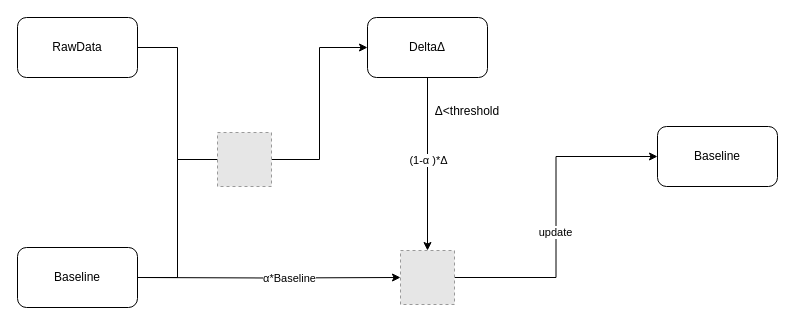
Earlier version of the draw.io diagram baselineTracking.drawio (kritoZhang/flowchart). Source tidied: cells renumbered, new cells numbered last; positions are measured from the earlier drawing's top-left corner, leaving out a move shared by most shapes. Both pictures are drawn from the tidied source at 100%, with x=0, y=0 at pixel (17, 17). Pictures stored in the file or linked from it are replaced by grey dashed boxes.
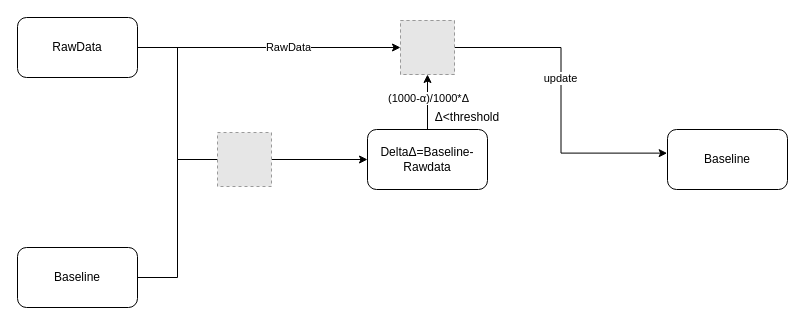
The same page after the edit.

The edit, as a diff of the source:
```diff
@@
 <mxGraphModel>
   <root>
     <mxCell id="0" />
     <mxCell id="1" parent="0" />
     <mxCell id="2" style="edgeStyle=orthogonalEdgeStyle;rounded=0;jettySize=auto;html=1;exitX=1;exitY=0.5;exitDx=0;exitDy=0;entryX=0;entryY=0.5;entryDx=0;entryDy=0;endArrow=none;endFill=0;" parent="1" edge="1" source="5" target="12">
       <mxGeometry relative="1" as="geometry" />
     </mxCell>
-    <mxCell id="3" style="edgeStyle=orthogonalEdgeStyle;rounded=0;jettySize=auto;html=1;exitX=1;exitY=0.5;exitDx=0;exitDy=0;entryX=0;entryY=0.5;entryDx=0;entryDy=0;endArrow=classic;endFill=1;strokeColor=#000000;" parent="1" edge="1" target="16">
-      <mxGeometry relative="1" as="geometry">
-        <mxPoint x="120" y="260" as="sourcePoint" />
-      </mxGeometry>
-    </mxCell>
-    <mxCell id="4" value="α*Baseline" style="edgeLabel;html=1;align=center;verticalAlign=middle;" parent="3" vertex="1">
-      <mxGeometry x="0.15" relative="1" as="geometry" />
-    </mxCell>
     <mxCell id="5" value="Baseline" style="rounded=1;whiteSpace=wrap;html=1;" parent="1" vertex="1">
       <mxGeometry y="230" width="120" height="60" as="geometry" />
     </mxCell>
     <mxCell id="6" style="edgeStyle=orthogonalEdgeStyle;rounded=0;jettySize=auto;html=1;exitX=1;exitY=0.5;exitDx=0;exitDy=0;entryX=0;entryY=0.5;entryDx=0;entryDy=0;endArrow=none;endFill=0;" parent="1" edge="1" source="7" target="12">
       <mxGeometry relative="1" as="geometry" />
     </mxCell>
+    <mxCell id="18" style="edgeStyle=orthogonalEdgeStyle;rounded=0;jettySize=auto;html=1;exitX=1;exitY=0.5;exitDx=0;exitDy=0;endArrow=classic;endFill=1;entryX=0;entryY=0.5;entryDx=0;entryDy=0;strokeColor=#000000;" parent="1" edge="1" source="7" target="23">
+      <mxGeometry relative="1" as="geometry" />
+    </mxCell>
+    <mxCell id="19" value="RawData" style="edgeLabel;html=1;align=center;verticalAlign=middle;fontColor=default;" parent="18" vertex="1">
+      <mxGeometry x="0.14" y="1" relative="1" as="geometry" />
+    </mxCell>
     <mxCell id="7" value="RawData" style="rounded=1;whiteSpace=wrap;html=1;" parent="1" vertex="1">
       <mxGeometry width="120" height="60" as="geometry" />
     </mxCell>
-    <mxCell id="8" style="edgeStyle=orthogonalEdgeStyle;rounded=0;jettySize=auto;html=1;endArrow=classic;endFill=1;strokeColor=#000000;" parent="1" edge="1" source="10" target="16">
-      <mxGeometry relative="1" as="geometry" />
-    </mxCell>
-    <mxCell id="9" value="(1-α )*Δ" style="edgeLabel;html=1;align=center;verticalAlign=middle;" parent="8" vertex="1">
-      <mxGeometry x="0.2" relative="1" as="geometry">
-        <mxPoint y="-22" as="offset" />
-      </mxGeometry>
-    </mxCell>
+    <mxCell id="20" style="edgeStyle=orthogonalEdgeStyle;rounded=0;jettySize=auto;html=1;exitX=0.5;exitY=0;exitDx=0;exitDy=0;endArrow=classic;endFill=1;strokeColor=#000000;" parent="1" edge="1" source="10" target="23">
+      <mxGeometry relative="1" as="geometry" />
+    </mxCell>
+    <mxCell id="21" value="(1000-α)/1000*Δ" style="edgeLabel;html=1;align=center;verticalAlign=middle;fontColor=#000000;" parent="20" vertex="1">
+      <mxGeometry x="-0.34" relative="1" as="geometry">
+        <mxPoint y="-14" as="offset" />
+      </mxGeometry>
+    </mxCell>
-    <mxCell id="10" value="DeltaΔ" style="rounded=1;whiteSpace=wrap;html=1;" parent="1" vertex="1">
-      <mxGeometry x="350" width="120" height="60" as="geometry" />
+    <mxCell id="10" value="DeltaΔ=Baseline-Rawdata" style="rounded=1;whiteSpace=wrap;html=1;" parent="1" vertex="1">
+      <mxGeometry x="350" y="112" width="120" height="60" as="geometry" />
     </mxCell>
     <mxCell id="11" style="edgeStyle=orthogonalEdgeStyle;rounded=0;jettySize=auto;html=1;entryX=0;entryY=0.5;entryDx=0;entryDy=0;" parent="1" edge="1" source="12" target="10">
       <mxGeometry relative="1" as="geometry" />
     </mxCell>
     <mxCell id="12" style="fillColor=#E6E6E6;strokeColor=#999999;dashed=1;html=1;verticalAlign=top;verticalLabelPosition=bottom;labelBackgroundColor=#ffffff;" parent="1" vertex="1">
       <mxGeometry x="200" y="115" width="54" height="54" as="geometry" />
     </mxCell>
-    <mxCell id="13" style="edgeStyle=orthogonalEdgeStyle;rounded=0;jettySize=auto;html=1;exitX=1;exitY=0.5;exitDx=0;exitDy=0;entryX=0;entryY=0.5;entryDx=0;entryDy=0;endArrow=classic;endFill=1;strokeColor=#000000;" parent="1" edge="1" source="16" target="15">
-      <mxGeometry relative="1" as="geometry" />
-    </mxCell>
+    <mxCell id="15" value="Baseline" style="rounded=1;whiteSpace=wrap;html=1;" parent="1" vertex="1">
+      <mxGeometry x="650" y="112" width="120" height="60" as="geometry" />
+    </mxCell>
+    <mxCell id="22" style="edgeStyle=orthogonalEdgeStyle;rounded=0;jettySize=auto;html=1;exitX=1;exitY=0.5;exitDx=0;exitDy=0;endArrow=classic;endFill=1;entryX=-0.003;entryY=0.394;entryDx=0;entryDy=0;entryPerimeter=0;fontColor=#007FFF;strokeColor=#000000;" parent="1" edge="1" source="23" target="15">
+      <mxGeometry relative="1" as="geometry" />
+    </mxCell>
-    <mxCell id="14" value="update" style="edgeLabel;html=1;align=center;verticalAlign=middle;" parent="13" vertex="1">
-      <mxGeometry x="-0.09" y="1" relative="1" as="geometry" />
+    <mxCell id="14" value="update" style="edgeLabel;html=1;align=center;verticalAlign=middle;fontColor=#000000;" parent="22" vertex="1">
+      <mxGeometry x="-0.14" y="-1" relative="1" as="geometry" />
     </mxCell>
-    <mxCell id="15" value="Baseline" style="rounded=1;whiteSpace=wrap;html=1;" parent="1" vertex="1">
-      <mxGeometry x="640" y="109" width="120" height="60" as="geometry" />
-    </mxCell>
-    <mxCell id="16" style="fillColor=#E6E6E6;strokeColor=#999999;dashed=1;html=1;verticalAlign=top;verticalLabelPosition=bottom;labelBackgroundColor=#ffffff;" parent="1" vertex="1">
-      <mxGeometry x="383" y="233" width="54" height="54" as="geometry" />
-    </mxCell>
+    <mxCell id="23" style="fillColor=#E6E6E6;strokeColor=#999999;dashed=1;html=1;verticalAlign=top;verticalLabelPosition=bottom;labelBackgroundColor=#ffffff;" parent="1" vertex="1">
+      <mxGeometry x="383" y="3" width="54" height="54" as="geometry" />
+    </mxCell>
-    <mxCell id="17" value="Δ&amp;lt;threshold" style="text;html=1;strokeColor=none;fillColor=none;align=center;verticalAlign=middle;whiteSpace=wrap;rounded=0;" parent="1" vertex="1">
-      <mxGeometry x="420" y="79" width="60" height="30" as="geometry" />
+    <mxCell id="17" value="Δ&amp;lt;threshold" style="text;html=1;strokeColor=none;fillColor=none;align=center;verticalAlign=middle;whiteSpace=wrap;rounded=0;fontColor=#000000;" parent="1" vertex="1">
+      <mxGeometry x="420" y="85" width="60" height="30" as="geometry" />
     </mxCell>
+    <mxCell id="24" style="fillColor=#E6E6E6;strokeColor=#999999;dashed=1;html=1;verticalAlign=top;verticalLabelPosition=bottom;labelBackgroundColor=#ffffff;fontColor=#007FFF;" parent="1" vertex="1">
+      <mxGeometry x="383" y="3" width="54" height="54" as="geometry" />
+    </mxCell>
   </root>
 </mxGraphModel>
```
